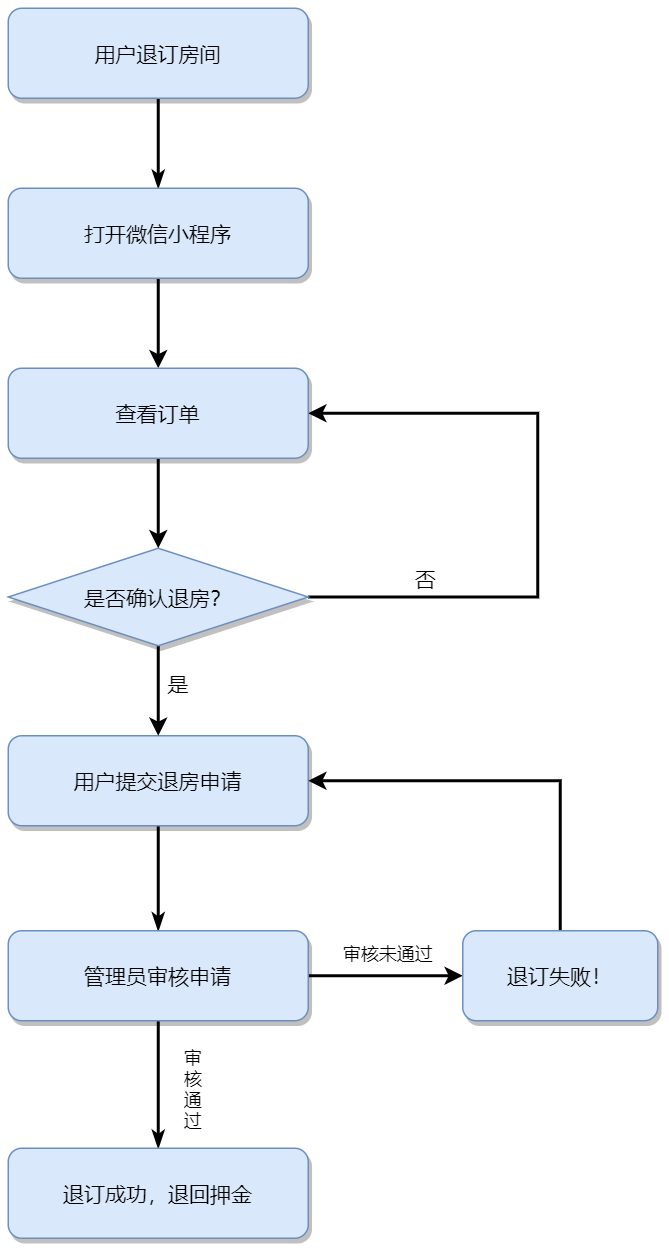
This is docs/src/客户退订.png from AndSonder/smart-hotel-database, a draw.io export, as it was before one commit. Source tidied: cells renumbered, new cells last; positions are measured from the earlier drawing's top-left corner, leaving out a move shared by most shapes.
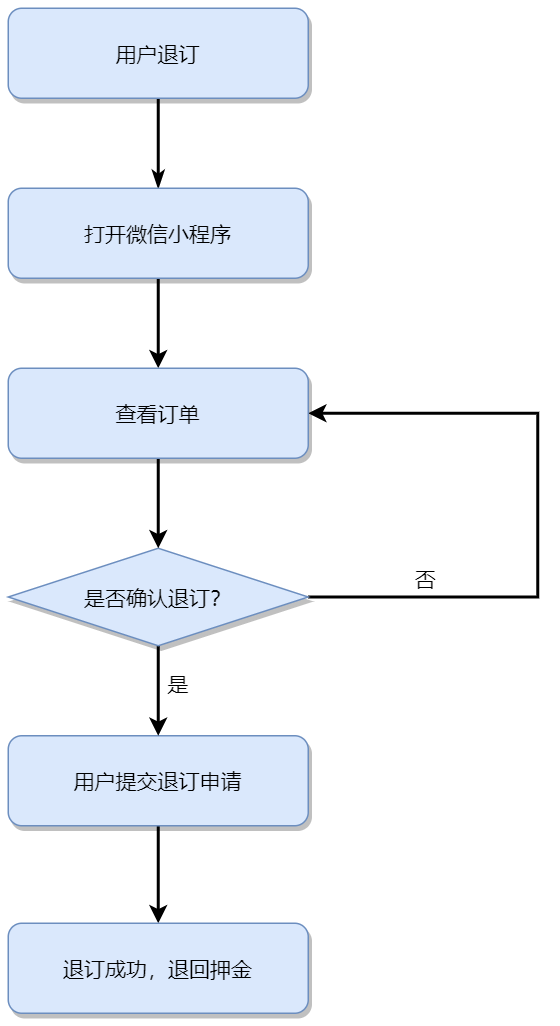
After the change.

Change to the diagram source:
```diff
@@ -5,7 +5,7 @@
     <mxCell id="2" style="edgeStyle=none;rounded=0;jettySize=auto;html=1;exitX=0.5;exitY=1;exitDx=0;exitDy=0;startArrow=none;startFill=0;endArrow=classicThin;endFill=1;strokeColor=#000000;strokeWidth=2;" parent="1" edge="1" source="3" target="5">
       <mxGeometry relative="1" as="geometry" />
     </mxCell>
-    <mxCell id="3" value="用户退订房间" style="rounded=1;fillColor=#dae8fc;strokeColor=#6c8ebf;shadow=1;fontStyle=0;fontSize=14;" parent="1" vertex="1">
+    <mxCell id="3" value="用户退订" style="rounded=1;fillColor=#dae8fc;strokeColor=#6c8ebf;shadow=1;fontStyle=0;fontSize=14;" parent="1" vertex="1">
       <mxGeometry width="200" height="60" as="geometry" />
     </mxCell>
     <mxCell id="4" style="edgeStyle=orthogonalEdgeStyle;rounded=0;jettySize=auto;html=1;exitX=0.5;exitY=1;exitDx=0;exitDy=0;entryX=0.5;entryY=0;entryDx=0;entryDy=0;strokeWidth=2;" parent="1" edge="1" source="5" target="16">
@@ -14,23 +14,14 @@
     <mxCell id="5" value="打开微信小程序" style="rounded=1;fillColor=#dae8fc;strokeColor=#6c8ebf;shadow=1;fontStyle=0;fontSize=14;" parent="1" vertex="1">
       <mxGeometry y="120" width="200" height="60" as="geometry" />
     </mxCell>
-    <mxCell id="6" style="edgeStyle=orthogonalEdgeStyle;rounded=0;jettySize=auto;html=1;exitX=0.5;exitY=1;exitDx=0;exitDy=0;entryX=0.5;entryY=0;entryDx=0;entryDy=0;startArrow=none;startFill=0;endArrow=classicThin;endFill=1;strokeColor=#000000;strokeWidth=2;" parent="1" edge="1" source="7" target="10">
-      <mxGeometry relative="1" as="geometry" />
-    </mxCell>
+    <mxCell id="23" style="edgeStyle=orthogonalEdgeStyle;rounded=0;jettySize=auto;html=1;exitX=0.5;exitY=1;exitDx=0;exitDy=0;entryX=0.5;entryY=0;entryDx=0;entryDy=0;strokeWidth=2;" parent="1" edge="1" source="7" target="11">
+      <mxGeometry relative="1" as="geometry" />
+    </mxCell>
-    <mxCell id="7" value="用户提交退房申请" style="rounded=1;fillColor=#dae8fc;strokeColor=#6c8ebf;shadow=1;fontStyle=0;fontSize=14;" parent="1" vertex="1">
+    <mxCell id="7" value="用户提交退订申请" style="rounded=1;fillColor=#dae8fc;strokeColor=#6c8ebf;shadow=1;fontStyle=0;fontSize=14;" parent="1" vertex="1">
       <mxGeometry y="485" width="200" height="60" as="geometry" />
     </mxCell>
-    <mxCell id="8" style="edgeStyle=orthogonalEdgeStyle;rounded=0;jettySize=auto;html=1;exitX=0.5;exitY=1;exitDx=0;exitDy=0;startArrow=none;startFill=0;endArrow=classicThin;endFill=1;strokeColor=#000000;strokeWidth=2;" parent="1" edge="1" source="10" target="11">
-      <mxGeometry relative="1" as="geometry" />
-    </mxCell>
-    <mxCell id="9" style="edgeStyle=orthogonalEdgeStyle;rounded=0;jettySize=auto;html=1;exitX=1;exitY=0.5;exitDx=0;exitDy=0;entryX=0;entryY=0.5;entryDx=0;entryDy=0;strokeWidth=2;" parent="1" edge="1" source="10" target="18">
-      <mxGeometry relative="1" as="geometry" />
-    </mxCell>
-    <mxCell id="10" value="管理员审核申请" style="rounded=1;fillColor=#dae8fc;strokeColor=#6c8ebf;shadow=1;fontStyle=0;fontSize=14;" parent="1" vertex="1">
-      <mxGeometry y="615" width="200" height="60" as="geometry" />
-    </mxCell>
     <mxCell id="11" value="退订成功，退回押金" style="rounded=1;fillColor=#dae8fc;strokeColor=#6c8ebf;shadow=1;fontStyle=0;fontSize=14;" parent="1" vertex="1">
-      <mxGeometry y="760" width="200" height="60" as="geometry" />
+      <mxGeometry y="610" width="200" height="60" as="geometry" />
     </mxCell>
     <mxCell id="12" style="edgeStyle=orthogonalEdgeStyle;rounded=0;jettySize=auto;html=1;exitX=0.5;exitY=1;exitDx=0;exitDy=0;entryX=0.5;entryY=0;entryDx=0;entryDy=0;strokeWidth=2;" parent="1" edge="1" source="14" target="7">
       <mxGeometry relative="1" as="geometry" />
@@ -43,7 +34,7 @@
         </Array>
       </mxGeometry>
     </mxCell>
-    <mxCell id="14" value="&lt;font style=&quot;vertical-align: inherit ; font-size: 14px&quot;&gt;&lt;font style=&quot;vertical-align: inherit ; font-size: 14px&quot;&gt;&lt;font style=&quot;vertical-align: inherit ; font-size: 14px&quot;&gt;&lt;font style=&quot;vertical-align: inherit ; font-size: 14px&quot;&gt;是否确认退房？&lt;/font&gt;&lt;/font&gt;&lt;/font&gt;&lt;/font&gt;" style="rhombus;whiteSpace=wrap;html=1;fillColor=#dae8fc;strokeColor=#6c8ebf;shadow=1;" parent="1" vertex="1">
+    <mxCell id="14" value="&lt;font style=&quot;vertical-align: inherit ; font-size: 14px&quot;&gt;&lt;font style=&quot;vertical-align: inherit ; font-size: 14px&quot;&gt;&lt;font style=&quot;vertical-align: inherit ; font-size: 14px&quot;&gt;&lt;font style=&quot;vertical-align: inherit ; font-size: 14px&quot;&gt;是否确认退订？&lt;/font&gt;&lt;/font&gt;&lt;/font&gt;&lt;/font&gt;" style="rhombus;whiteSpace=wrap;html=1;fillColor=#dae8fc;strokeColor=#6c8ebf;shadow=1;" parent="1" vertex="1">
       <mxGeometry y="360" width="200" height="65" as="geometry" />
     </mxCell>
     <mxCell id="15" style="edgeStyle=orthogonalEdgeStyle;rounded=0;jettySize=auto;html=1;exitX=0.5;exitY=1;exitDx=0;exitDy=0;entryX=0.5;entryY=0;entryDx=0;entryDy=0;strokeWidth=2;" parent="1" edge="1" source="16" target="14">
@@ -52,23 +43,11 @@
     <mxCell id="16" value="查看订单" style="rounded=1;fillColor=#dae8fc;strokeColor=#6c8ebf;shadow=1;fontStyle=0;fontSize=14;" parent="1" vertex="1">
       <mxGeometry y="240" width="200" height="60" as="geometry" />
     </mxCell>
-    <mxCell id="17" style="edgeStyle=orthogonalEdgeStyle;rounded=0;jettySize=auto;html=1;exitX=0.5;exitY=0;exitDx=0;exitDy=0;entryX=1;entryY=0.5;entryDx=0;entryDy=0;strokeWidth=2;" parent="1" edge="1" source="18" target="7">
-      <mxGeometry relative="1" as="geometry" />
-    </mxCell>
-    <mxCell id="18" value="退订失败！" style="rounded=1;fillColor=#dae8fc;strokeColor=#6c8ebf;shadow=1;fontStyle=0;fontSize=14;" parent="1" vertex="1">
-      <mxGeometry x="303" y="615" width="130" height="60" as="geometry" />
-    </mxCell>
     <mxCell id="19" value="&lt;font style=&quot;font-size: 14px&quot;&gt;否&lt;/font&gt;" style="text;html=1;align=center;verticalAlign=middle;strokeColor=none;" parent="1" vertex="1">
       <mxGeometry x="263" y="370" width="30" height="20" as="geometry" />
     </mxCell>
     <mxCell id="20" value="&lt;font style=&quot;font-size: 14px&quot;&gt;是&lt;/font&gt;" style="text;html=1;align=center;verticalAlign=middle;strokeColor=none;" parent="1" vertex="1">
       <mxGeometry x="98" y="440" width="30" height="20" as="geometry" />
     </mxCell>
-    <mxCell id="21" value="审核未通过" style="text;html=1;align=center;verticalAlign=middle;strokeColor=none;" parent="1" vertex="1">
-      <mxGeometry x="213" y="620" width="80" height="20" as="geometry" />
-    </mxCell>
-    <mxCell id="22" value="审&lt;br&gt;核&lt;br&gt;通&lt;br&gt;过" style="text;html=1;align=center;verticalAlign=middle;strokeColor=none;" parent="1" vertex="1">
-      <mxGeometry x="108" y="690" width="30" height="60" as="geometry" />
-    </mxCell>
   </root>
 </mxGraphModel>
```
